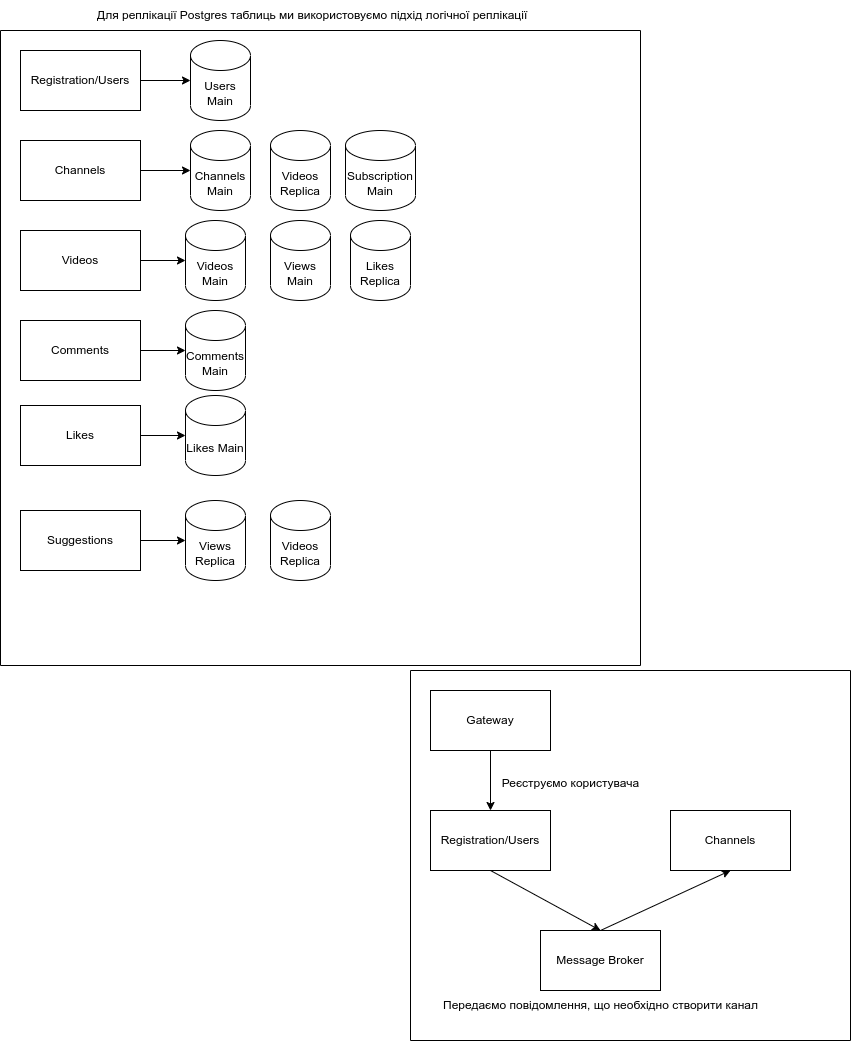
This is overview/DatabaseReplication.drawio.png from KPI-Highload/YnotTube, a draw.io export, as it was before one commit. Source tidied: cells renumbered, new cells last; positions are measured from the earlier drawing's top-left corner, leaving out a move shared by most shapes.
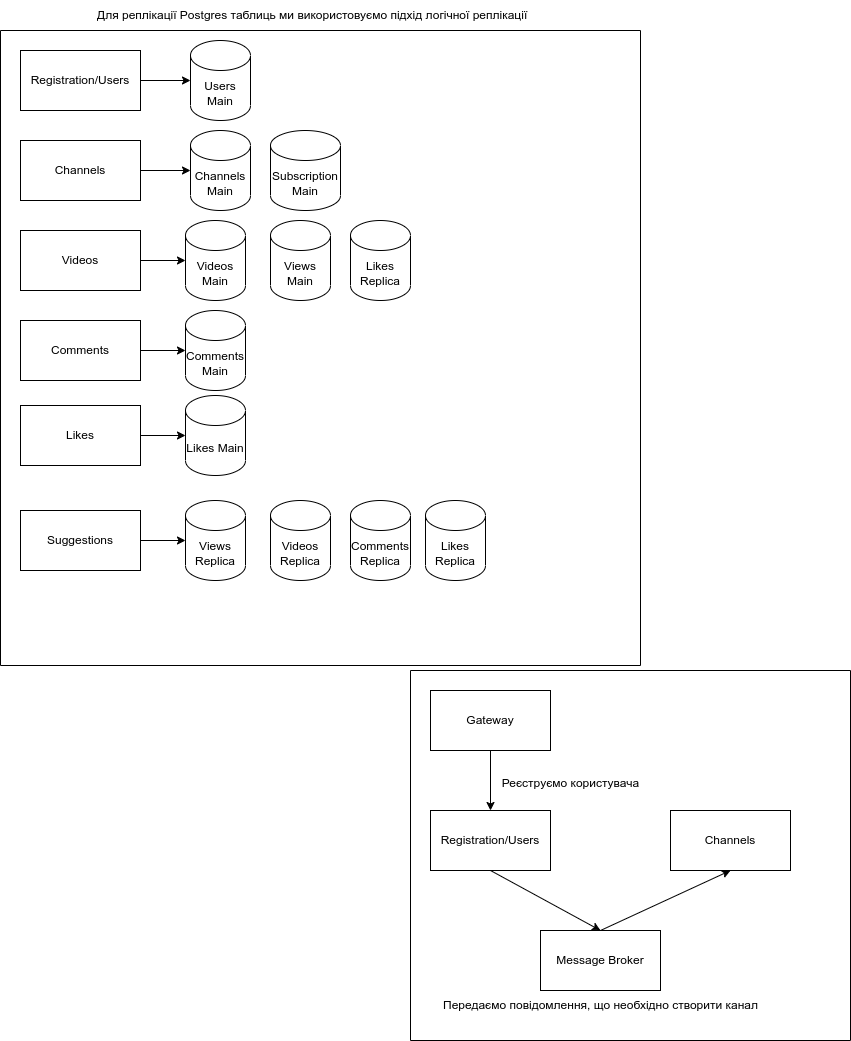
Above is the later version.

Commit message:
Modify database replicated tables for Suggestions microservice

The edit, as a diff of the source:
```diff
@@ -54,14 +54,11 @@
       <mxGeometry x="185" y="365" width="60" height="80" as="geometry" />
     </mxCell>
     <mxCell id="19" value="Subscription Main" style="shape=cylinder3;whiteSpace=wrap;html=1;boundedLbl=1;backgroundOutline=1;size=15;" parent="2" vertex="1">
-      <mxGeometry x="345" y="100" width="70" height="80" as="geometry" />
+      <mxGeometry x="270" y="100" width="70" height="80" as="geometry" />
     </mxCell>
     <mxCell id="20" value="Likes Replica" style="shape=cylinder3;whiteSpace=wrap;html=1;boundedLbl=1;backgroundOutline=1;size=15;" parent="2" vertex="1">
       <mxGeometry x="350" y="190" width="60" height="80" as="geometry" />
     </mxCell>
-    <mxCell id="21" value="Videos Replica" style="shape=cylinder3;whiteSpace=wrap;html=1;boundedLbl=1;backgroundOutline=1;size=15;" parent="2" vertex="1">
-      <mxGeometry x="270" y="100" width="60" height="80" as="geometry" />
-    </mxCell>
     <mxCell id="22" value="Views Main" style="shape=cylinder3;whiteSpace=wrap;html=1;boundedLbl=1;backgroundOutline=1;size=15;" parent="2" vertex="1">
       <mxGeometry x="270" y="190" width="60" height="80" as="geometry" />
     </mxCell>
@@ -77,6 +74,12 @@
     <mxCell id="26" style="endArrow=classic;html=1;rounded=0;exitX=1;exitY=0.5;exitDx=0;exitDy=0;entryX=0;entryY=0.5;entryDx=0;entryDy=0;entryPerimeter=0;" parent="2" edge="1" source="13" target="23">
       <mxGeometry relative="1" as="geometry" />
     </mxCell>
+    <mxCell id="37" value="Comments Replica" style="shape=cylinder3;whiteSpace=wrap;html=1;boundedLbl=1;backgroundOutline=1;size=15;" parent="2" vertex="1">
+      <mxGeometry x="350" y="470" width="60" height="80" as="geometry" />
+    </mxCell>
+    <mxCell id="38" value="Likes Replica" style="shape=cylinder3;whiteSpace=wrap;html=1;boundedLbl=1;backgroundOutline=1;size=15;" parent="2" vertex="1">
+      <mxGeometry x="425" y="470" width="60" height="80" as="geometry" />
+    </mxCell>
     <mxCell id="27" style="swimlane;startSize=0;" parent="1" vertex="1">
       <mxGeometry x="410" y="670" width="440" height="370" as="geometry" />
     </mxCell>
```
